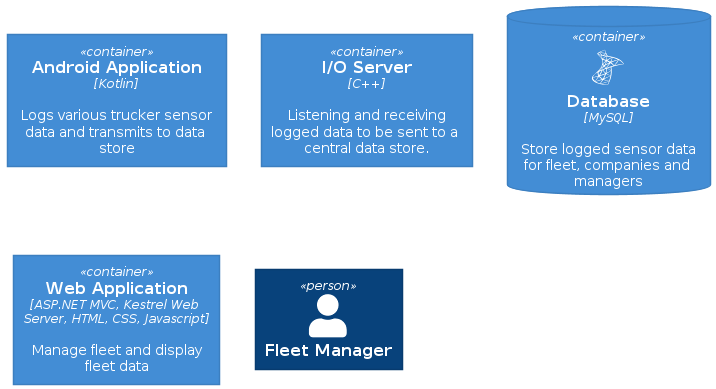
The PlantUML diagram docs/report/diag/container.png in tevoza/fleet-tracker, before a commit.
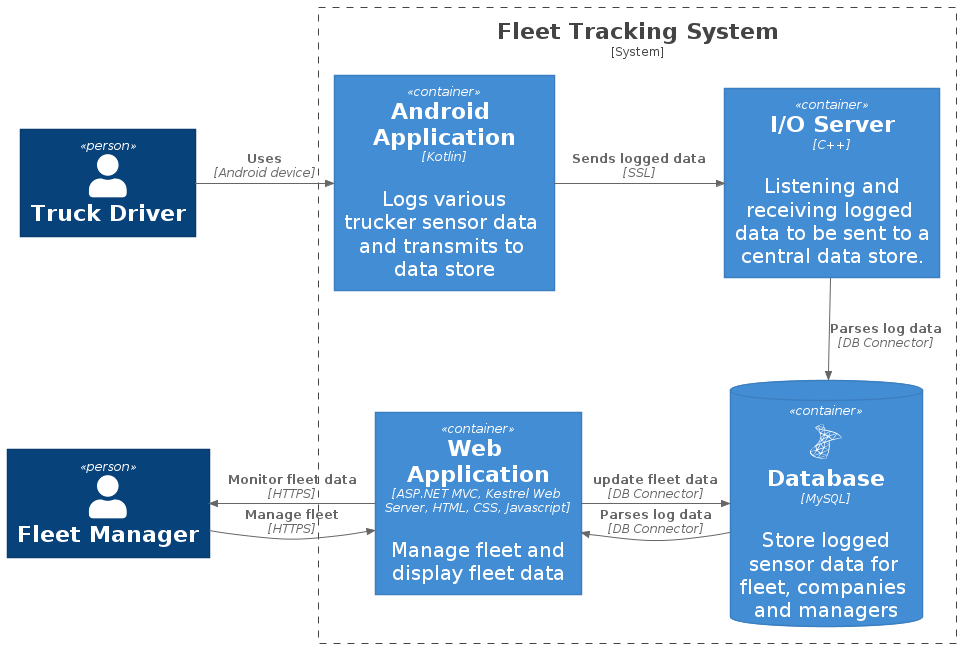
The same file after the commit.

Diff of the diagram source:
```diff
@@ -1,5 +1,6 @@
 @startuml container
-!include https://raw.githubusercontent.com/plantuml-stdlib/C4-PlantUML/master/C4_Component.puml
+skinparam defaultFontSize 20
+!include https://raw.githubusercontent.com/plantuml-stdlib/C4-PlantUML/master/C4_Container.puml
 
 !define DEVICONS https://raw.githubusercontent.com/tupadr3/plantuml-icon-font-sprites/master/devicons
 !define FONTAWESOME https://raw.githubusercontent.com/tupadr3/plantuml-icon-font-sprites/master/font-awesome-5
@@ -8,10 +9,20 @@
 !include DEVICONS/msql_server.puml
 !include FONTAWESOME/users.puml
 
-Container(cAndroid, "Android Application", "Kotlin", "Logs various trucker sensor data and transmits to data store")
-Container(cIO, "I/O Server", "C++", "Listening and receiving logged data to be sent to a central data store.")
-ContainerDb(db, "Database", "MySQL", "Store logged sensor data for fleet, companies and managers", $sprite="msql_server")
-Container(cWebApp, "Web Application", "ASP.NET MVC, Kestrel Web Server, HTML, CSS, Javascript", "Manage fleet and display fleet data")
+Person(driver, "Truck Driver")
+System_Boundary(c1, "Fleet Tracking System") {
+    Container(cAndroid, "Android Application", "Kotlin", "Logs various trucker sensor data and transmits to data store")
+    Container(cIO, "I/O Server", "C++", "Listening and receiving logged data to be sent to a central data store.")
+    ContainerDb(db, "Database", "MySQL", "Store logged sensor data for fleet, companies and managers", $sprite="msql_server")
+    Container(cWebApp, "Web Application", "ASP.NET MVC, Kestrel Web Server, HTML, CSS, Javascript", "Manage fleet and display fleet data")
+}
 Person(manager, "Fleet Manager")
 
+Rel_R(driver, cAndroid, "Uses", "Android device")
+Rel_R(cAndroid, cIO, "Sends logged data", "SSL")
+Rel(cIO, db, "Parses log data", "DB Connector")
+Rel_L(db, cWebApp,  "Parses log data", "DB Connector")
+Rel_L(cWebApp, db,  "update fleet data", "DB Connector")
+Rel_L(cWebApp, manager, "Monitor fleet data", "HTTPS")
+Rel_L(manager, cWebApp , "Manage fleet", "HTTPS")
 @enduml
```
